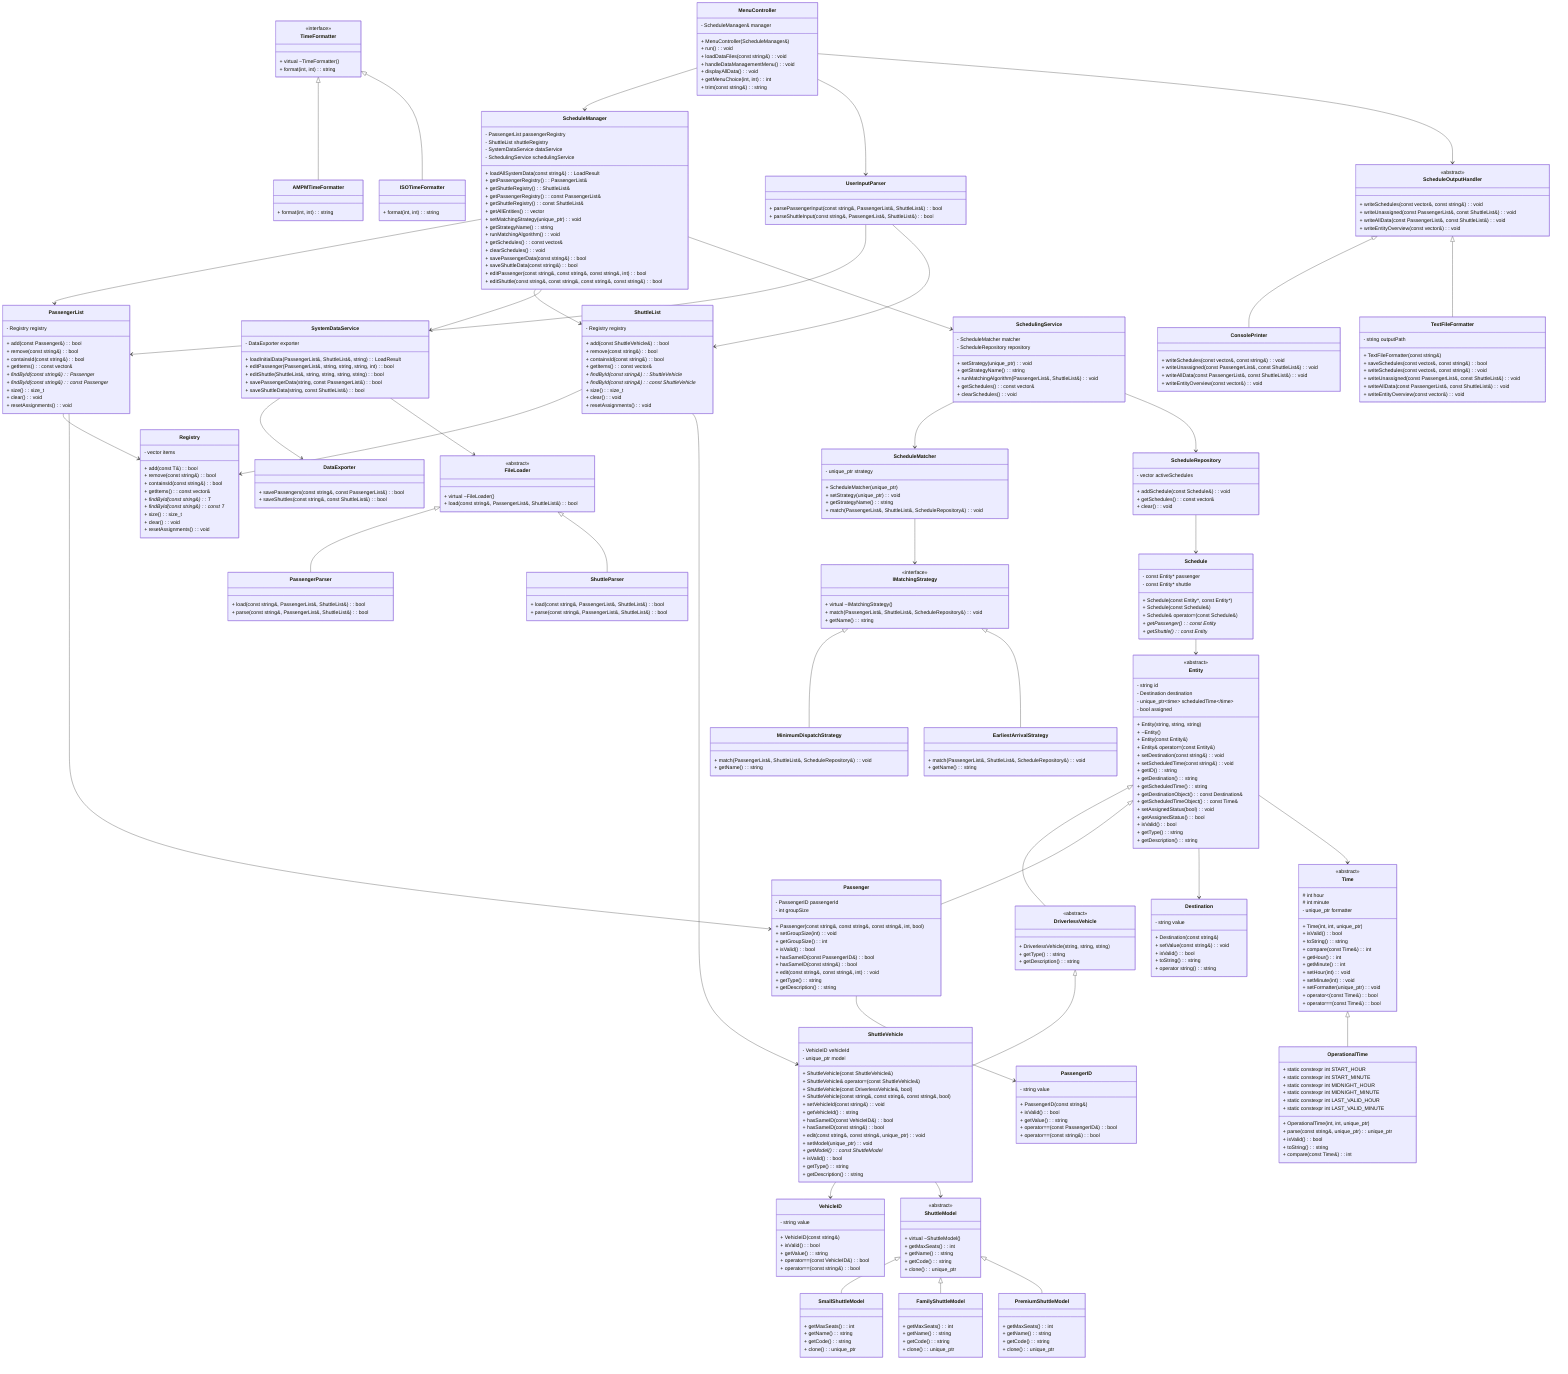
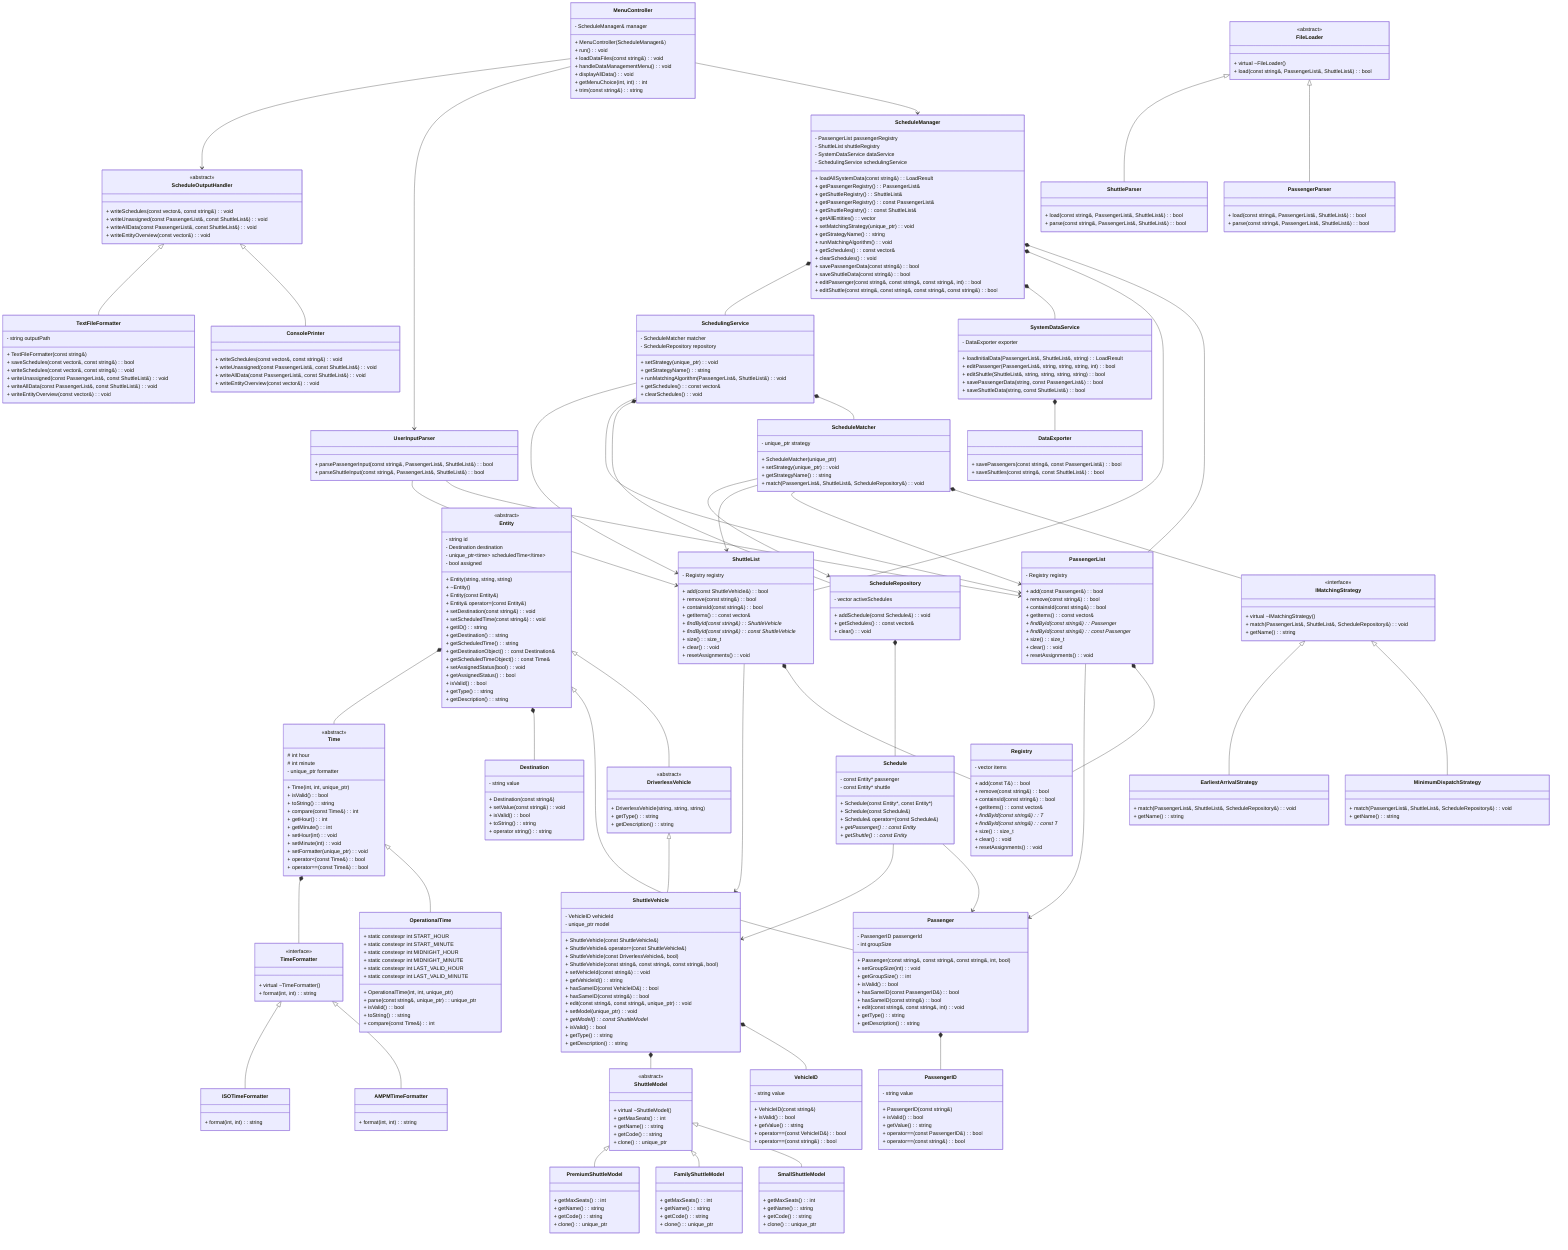
classDiagram
    direction TB

    class Entity {
        <<abstract>>
        - string id
        - Destination destination
        - unique_ptr<Time> scheduledTime
        - bool assigned
        + Entity(string, string, string)
        + ~Entity()
        + Entity(const Entity&)
        + Entity& operator=(const Entity&)
        + setDestination(const string&): void
        + setScheduledTime(const string&): void
        + getID(): string
        + getDestination(): string
        + getScheduledTime(): string
        + getDestinationObject(): const Destination&
        + getScheduledTimeObject(): const Time&
        + setAssignedStatus(bool): void
        + getAssignedStatus(): bool
        + isValid(): bool
        + getType(): string
        + getDescription(): string
    }

    class DriverlessVehicle {
        <<abstract>>
        + DriverlessVehicle(string, string, string)
        + getType(): string
        + getDescription(): string
    }

    class Passenger {
        - PassengerID passengerId
        - int groupSize
        + Passenger(const string&, const string&, const string&, int, bool)
        + setGroupSize(int): void
        + getGroupSize(): int
        + isValid(): bool
        + hasSameID(const PassengerID&): bool
        + hasSameID(const string&): bool
        + edit(const string&, const string&, int): void
        + getType(): string
        + getDescription(): string
    }

    class ShuttleVehicle {
        - VehicleID vehicleId
        - unique_ptr<ShuttleModel> model
        + ShuttleVehicle(const ShuttleVehicle&)
        + ShuttleVehicle& operator=(const ShuttleVehicle&)
        + ShuttleVehicle(const DriverlessVehicle&, bool)
        + ShuttleVehicle(const string&, const string&, const string&, bool)
        + setVehicleId(const string&): void
        + getVehicleId(): string
        + hasSameID(const VehicleID&): bool
        + hasSameID(const string&): bool
        + edit(const string&, const string&, unique_ptr<ShuttleModel>): void
        + setModel(unique_ptr<ShuttleModel>): void
        + getModel(): const ShuttleModel*
        + isValid(): bool
        + getType(): string
        + getDescription(): string
    }

    class Schedule {
        - const Entity* passenger
        - const Entity* shuttle
        + Schedule(const Entity*, const Entity*)
        + Schedule(const Schedule&)
        + Schedule& operator=(const Schedule&)
        + getPassenger(): const Entity*
        + getShuttle(): const Entity*
    }

    class Registry {
        - vector<T> items
        + add(const T&): bool
        + remove(const string&): bool
        + containsId(const string&): bool
        + getItems(): const vector<T>&
        + findById(const string&): T*
        + findById(const string&): const T*
        + size(): size_t
        + clear(): void
        + resetAssignments(): void
    }

    class PassengerList {
        - Registry registry
        + add(const Passenger&): bool
        + remove(const string&): bool
        + containsId(const string&): bool
        + getItems(): const vector<Passenger>&
        + findById(const string&): Passenger*
        + findById(const string&): const Passenger*
        + size(): size_t
        + clear(): void
        + resetAssignments(): void
    }

    class ShuttleList {
        - Registry registry
        + add(const ShuttleVehicle&): bool
        + remove(const string&): bool
        + containsId(const string&): bool
        + getItems(): const vector<ShuttleVehicle>&
        + findById(const string&): ShuttleVehicle*
        + findById(const string&): const ShuttleVehicle*
        + size(): size_t
        + clear(): void
        + resetAssignments(): void
    }

    class ScheduleRepository {
        - vector<Schedule> activeSchedules
        + addSchedule(const Schedule&): void
        + getSchedules(): const vector<Schedule>&
        + clear(): void
    }

    class ScheduleMatcher {
        - unique_ptr<IMatchingStrategy> strategy
        + ScheduleMatcher(unique_ptr<IMatchingStrategy>)
        + setStrategy(unique_ptr<IMatchingStrategy>): void
        + getStrategyName(): string
        + match(PassengerList&, ShuttleList&, ScheduleRepository&): void
    }

    class SchedulingService {
        - ScheduleMatcher matcher
        - ScheduleRepository repository
        + setStrategy(unique_ptr<IMatchingStrategy>): void
        + getStrategyName(): string
        + runMatchingAlgorithm(PassengerList&, ShuttleList&): void
        + getSchedules(): const vector<Schedule>&
        + clearSchedules(): void
    }

    class SystemDataService {
        - DataExporter exporter
        + loadInitialData(PassengerList&, ShuttleList&, string): LoadResult
        + editPassenger(PassengerList&, string, string, string, int): bool
        + editShuttle(ShuttleList&, string, string, string, string): bool
        + savePassengerData(string, const PassengerList&): bool
        + saveShuttleData(string, const ShuttleList&): bool
    }

    class ScheduleManager {
        - PassengerList passengerRegistry
        - ShuttleList shuttleRegistry
        - SystemDataService dataService
        - SchedulingService schedulingService
        + loadAllSystemData(const string&): LoadResult
        + getPassengerRegistry(): PassengerList&
        + getShuttleRegistry(): ShuttleList&
        + getPassengerRegistry(): const PassengerList&
        + getShuttleRegistry(): const ShuttleList&
        + getAllEntities(): vector<const Entity*>
        + setMatchingStrategy(unique_ptr<IMatchingStrategy>): void
        + getStrategyName(): string
        + runMatchingAlgorithm(): void
        + getSchedules(): const vector<Schedule>&
        + clearSchedules(): void
        + savePassengerData(const string&): bool
        + saveShuttleData(const string&): bool
        + editPassenger(const string&, const string&, const string&, int): bool
        + editShuttle(const string&, const string&, const string&, const string&): bool
    }

    class MenuController {
        - ScheduleManager& manager
        + MenuController(ScheduleManager&)
        + run(): void
        + loadDataFiles(const string&): void
        + handleDataManagementMenu(): void
        + displayAllData(): void
        + getMenuChoice(int, int): int
        + trim(const string&): string
    }

    class ShuttleModel {
        <<abstract>>
        + virtual ~ShuttleModel()
        + getMaxSeats(): int
        + getName(): string
        + getCode(): string
        + clone(): unique_ptr<ShuttleModel>
    }

    class SmallShuttleModel {
        + getMaxSeats(): int
        + getName(): string
        + getCode(): string
        + clone(): unique_ptr<ShuttleModel>
    }

    class FamilyShuttleModel {
        + getMaxSeats(): int
        + getName(): string
        + getCode(): string
        + clone(): unique_ptr<ShuttleModel>
    }

    class PremiumShuttleModel {
        + getMaxSeats(): int
        + getName(): string
        + getCode(): string
        + clone(): unique_ptr<ShuttleModel>
    }

    class Time {
        <<abstract>>
        # int hour
        # int minute
        - unique_ptr<TimeFormatter> formatter
        + Time(int, int, unique_ptr<TimeFormatter>)
        + isValid(): bool
        + toString(): string
        + compare(const Time&): int
        + getHour(): int
        + getMinute(): int
        + setHour(int): void
        + setMinute(int): void
        + setFormatter(unique_ptr<TimeFormatter>): void
        + operator<(const Time&): bool
        + operator==(const Time&): bool
    }

    class OperationalTime {
        + static constexpr int START_HOUR
        + static constexpr int START_MINUTE
        + static constexpr int MIDNIGHT_HOUR
        + static constexpr int MIDNIGHT_MINUTE
        + static constexpr int LAST_VALID_HOUR
        + static constexpr int LAST_VALID_MINUTE
        + OperationalTime(int, int, unique_ptr<TimeFormatter>)
        + parse(const string&, unique_ptr<TimeFormatter>): unique_ptr<OperationalTime>
        + isValid(): bool
        + toString(): string
        + compare(const Time&): int
    }

    class TimeFormatter {
        <<interface>>
        + virtual ~TimeFormatter()
        + format(int, int): string
    }

    class AMPMTimeFormatter {
        + format(int, int): string
    }

    class ISOTimeFormatter {
        + format(int, int): string
    }

    class IMatchingStrategy {
        <<interface>>
        + virtual ~IMatchingStrategy()
        + match(PassengerList&, ShuttleList&, ScheduleRepository&): void
        + getName(): string
    }

    class MinimumDispatchStrategy {
        + match(PassengerList&, ShuttleList&, ScheduleRepository&): void
        + getName(): string
    }

    class EarliestArrivalStrategy {
        + match(PassengerList&, ShuttleList&, ScheduleRepository&): void
        + getName(): string
    }

    class ScheduleOutputHandler {
        <<abstract>>
        + writeSchedules(const vector<Schedule>&, const string&): void
        + writeUnassigned(const PassengerList&, const ShuttleList&): void
        + writeAllData(const PassengerList&, const ShuttleList&): void
        + writeEntityOverview(const vector<const Entity*>&): void
    }

    class ConsolePrinter {
        + writeSchedules(const vector<Schedule>&, const string&): void
        + writeUnassigned(const PassengerList&, const ShuttleList&): void
        + writeAllData(const PassengerList&, const ShuttleList&): void
        + writeEntityOverview(const vector<const Entity*>&): void
    }

    class TextFileFormatter {
        - string outputPath
        + TextFileFormatter(const string&)
        + saveSchedules(const vector<Schedule>&, const string&): bool
        + writeSchedules(const vector<Schedule>&, const string&): void
        + writeUnassigned(const PassengerList&, const ShuttleList&): void
        + writeAllData(const PassengerList&, const ShuttleList&): void
        + writeEntityOverview(const vector<const Entity*>&): void
    }

    class FileLoader {
        <<abstract>>
        + virtual ~FileLoader()
        + load(const string&, PassengerList&, ShuttleList&): bool
    }

    class PassengerParser {
        + load(const string&, PassengerList&, ShuttleList&): bool
        + parse(const string&, PassengerList&, ShuttleList&): bool
    }

    class ShuttleParser {
        + load(const string&, PassengerList&, ShuttleList&): bool
        + parse(const string&, PassengerList&, ShuttleList&): bool
    }

    class DataExporter {
        + savePassengers(const string&, const PassengerList&): bool
        + saveShuttles(const string&, const ShuttleList&): bool
    }

    class UserInputParser {
        + parsePassengerInput(const string&, PassengerList&, ShuttleList&): bool
        + parseShuttleInput(const string&, PassengerList&, ShuttleList&): bool
    }

    class Destination {
        - string value
        + Destination(const string&)
        + setValue(const string&): void
        + isValid(): bool
        + toString(): string
        + operator string(): string
    }

    class PassengerID {
        - string value
        + PassengerID(const string&)
        + isValid(): bool
        + getValue(): string
        + operator==(const PassengerID&): bool
        + operator==(const string&): bool
    }

    class VehicleID {
        - string value
        + VehicleID(const string&)
        + isValid(): bool
        + getValue(): string
        + operator==(const VehicleID&): bool
        + operator==(const string&): bool
    }

    Entity <|-- DriverlessVehicle
    Entity <|-- Passenger
    DriverlessVehicle <|-- ShuttleVehicle

    ShuttleModel <|-- SmallShuttleModel
    ShuttleModel <|-- FamilyShuttleModel
    ShuttleModel <|-- PremiumShuttleModel

    Time <|-- OperationalTime
    TimeFormatter <|-- AMPMTimeFormatter
    TimeFormatter <|-- ISOTimeFormatter

    IMatchingStrategy <|-- MinimumDispatchStrategy
    IMatchingStrategy <|-- EarliestArrivalStrategy

    ScheduleOutputHandler <|-- ConsolePrinter
    ScheduleOutputHandler <|-- TextFileFormatter

    FileLoader <|-- PassengerParser
    FileLoader <|-- ShuttleParser

-     Entity --> Destination
-     Entity --> Time
-     Passenger --> PassengerID
-     ShuttleVehicle --> VehicleID
-     ShuttleVehicle --> ShuttleModel
- 
-     PassengerList --> Registry
-     ShuttleList --> Registry
+     Entity *-- Destination
+     Entity *-- Time
+     Passenger *-- PassengerID
+     ShuttleVehicle *-- VehicleID
+     ShuttleVehicle *-- ShuttleModel
+     Time *-- TimeFormatter
+ 
+     PassengerList *-- Registry
+     ShuttleList *-- Registry
+     ScheduleRepository *-- Schedule
+     ScheduleMatcher *-- IMatchingStrategy
+     SchedulingService *-- ScheduleMatcher
+     SchedulingService *-- ScheduleRepository
+     ScheduleManager *-- PassengerList
+     ScheduleManager *-- ShuttleList
+     ScheduleManager *-- SystemDataService
+     ScheduleManager *-- SchedulingService
+     SystemDataService *-- DataExporter
+ 
+     Schedule --> Passenger
+     Schedule --> ShuttleVehicle
    PassengerList --> Passenger
    ShuttleList --> ShuttleVehicle
- 
-     Schedule --> Entity
-     ScheduleRepository --> Schedule
-     ScheduleMatcher --> IMatchingStrategy
-     SchedulingService --> ScheduleMatcher
-     SchedulingService --> ScheduleRepository
-     ScheduleManager --> PassengerList
-     ScheduleManager --> ShuttleList
-     ScheduleManager --> SystemDataService
-     ScheduleManager --> SchedulingService
- 
-     SystemDataService --> DataExporter
-     SystemDataService --> FileLoader
+     ScheduleMatcher --> PassengerList
+     ScheduleMatcher --> ShuttleList
+     ScheduleMatcher --> ScheduleRepository
+     SchedulingService --> PassengerList
+     SchedulingService --> ShuttleList
    MenuController --> ScheduleManager
    MenuController --> UserInputParser
    MenuController --> ScheduleOutputHandler
    UserInputParser --> PassengerList
    UserInputParser --> ShuttleList
